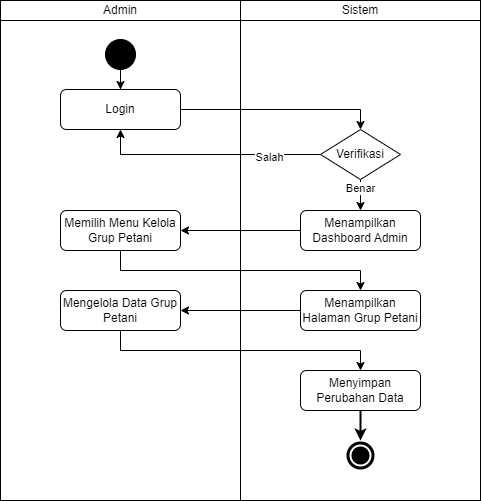
mitra-agro-usaha-perkebunan/maup-app-docs keeps this draw.io diagram as docs/activity-diagram/farmers/farmer-groups/table-farmer-groups.drawio.png. Above is the earlier version. Source tidied: cells renumbered, new cells last; positions are measured from the earlier drawing's top-left corner, leaving out a move shared by most shapes. The source it was exported from:
```xml
<mxGraphModel>
  <root>
    <mxCell id="0" />
    <mxCell id="1" parent="0" />
    <mxCell id="2" value="Admin" style="rounded=0;whiteSpace=wrap;html=1;" parent="1" vertex="1">
      <mxGeometry width="240" height="20" as="geometry" />
    </mxCell>
    <mxCell id="3" style="rounded=0;whiteSpace=wrap;html=1;" parent="1" vertex="1">
      <mxGeometry y="20" width="240" height="480" as="geometry" />
    </mxCell>
    <mxCell id="4" value="Sistem" style="rounded=0;whiteSpace=wrap;html=1;" parent="1" vertex="1">
      <mxGeometry x="240" width="240" height="20" as="geometry" />
    </mxCell>
    <mxCell id="5" style="rounded=0;whiteSpace=wrap;html=1;" parent="1" vertex="1">
      <mxGeometry x="240" y="20" width="240" height="480" as="geometry" />
    </mxCell>
    <mxCell id="6" style="ellipse;shape=doubleEllipse;whiteSpace=wrap;html=1;labelBackgroundColor=#000000;fillColor=#000000;strokeColor=#FFFFFF;strokeWidth=2;" parent="1" vertex="1">
      <mxGeometry x="345" y="440" width="30" height="30" as="geometry" />
    </mxCell>
    <mxCell id="7" style="edgeStyle=orthogonalEdgeStyle;rounded=0;jettySize=auto;html=1;" parent="1" edge="1" source="8" target="10">
      <mxGeometry relative="1" as="geometry" />
    </mxCell>
    <mxCell id="8" style="ellipse;whiteSpace=wrap;html=1;fillColor=#000000;labelBackgroundColor=#000000;shadow=0;gradientColor=none;" parent="1" vertex="1">
      <mxGeometry x="105" y="39" width="30" height="30" as="geometry" />
    </mxCell>
    <mxCell id="9" style="edgeStyle=orthogonalEdgeStyle;rounded=0;jettySize=auto;html=1;entryX=0.5;entryY=0;entryDx=0;entryDy=0;" parent="1" edge="1" source="10" target="13">
      <mxGeometry relative="1" as="geometry">
        <Array as="points">
          <mxPoint x="360" y="109" />
        </Array>
      </mxGeometry>
    </mxCell>
    <mxCell id="10" value="Login" style="rounded=1;whiteSpace=wrap;html=1;" parent="1" vertex="1">
      <mxGeometry x="60" y="89" width="120" height="40" as="geometry" />
    </mxCell>
    <mxCell id="11" style="edgeStyle=orthogonalEdgeStyle;rounded=0;jettySize=auto;html=1;" parent="1" edge="1" source="13" target="17">
      <mxGeometry relative="1" as="geometry" />
    </mxCell>
    <mxCell id="12" value="Benar" style="edgeLabel;html=1;align=center;verticalAlign=middle;" parent="11" vertex="1">
      <mxGeometry x="-0.59" y="-3" relative="1" as="geometry">
        <mxPoint x="2" y="-2" as="offset" />
      </mxGeometry>
    </mxCell>
    <mxCell id="13" value="Verifikasi" style="rhombus;whiteSpace=wrap;html=1;" parent="1" vertex="1">
      <mxGeometry x="320" y="129" width="80" height="50" as="geometry" />
    </mxCell>
    <mxCell id="14" style="edgeStyle=orthogonalEdgeStyle;rounded=0;jettySize=auto;html=1;" parent="1" edge="1" source="15" target="20">
      <mxGeometry relative="1" as="geometry">
        <Array as="points">
          <mxPoint x="120" y="270" />
          <mxPoint x="360" y="270" />
        </Array>
      </mxGeometry>
    </mxCell>
    <mxCell id="15" value="Memilih Menu Kelola Grup Petani" style="rounded=1;whiteSpace=wrap;html=1;" parent="1" vertex="1">
      <mxGeometry x="60" y="210" width="120" height="40" as="geometry" />
    </mxCell>
    <mxCell id="16" style="edgeStyle=orthogonalEdgeStyle;rounded=0;jettySize=auto;html=1;" parent="1" edge="1" source="17" target="15">
      <mxGeometry relative="1" as="geometry" />
    </mxCell>
    <mxCell id="17" value="Menampilkan Dashboard Admin" style="rounded=1;whiteSpace=wrap;html=1;" parent="1" vertex="1">
      <mxGeometry x="300" y="210" width="120" height="40" as="geometry" />
    </mxCell>
    <mxCell id="18" value="Mengelola Data Grup Petani" style="rounded=1;whiteSpace=wrap;html=1;" parent="1" vertex="1">
      <mxGeometry x="60" y="290" width="120" height="40" as="geometry" />
    </mxCell>
    <mxCell id="19" style="edgeStyle=orthogonalEdgeStyle;rounded=0;jettySize=auto;html=1;" parent="1" edge="1" source="20" target="18">
      <mxGeometry relative="1" as="geometry" />
    </mxCell>
    <mxCell id="20" value="Menampilkan Halaman Grup Petani" style="rounded=1;whiteSpace=wrap;html=1;" parent="1" vertex="1">
      <mxGeometry x="300" y="290" width="120" height="40" as="geometry" />
    </mxCell>
    <mxCell id="21" style="edgeStyle=orthogonalEdgeStyle;rounded=0;jettySize=auto;html=1;strokeWidth=2;" parent="1" edge="1" source="22" target="6">
      <mxGeometry relative="1" as="geometry" />
    </mxCell>
    <mxCell id="22" value="Menyimpan Perubahan Data" style="rounded=1;whiteSpace=wrap;html=1;" parent="1" vertex="1">
      <mxGeometry x="300" y="370" width="120" height="40" as="geometry" />
    </mxCell>
    <mxCell id="23" style="edgeStyle=orthogonalEdgeStyle;rounded=0;jettySize=auto;html=1;" parent="1" edge="1" source="18">
      <mxGeometry relative="1" as="geometry">
        <mxPoint x="360" y="370" as="targetPoint" />
        <Array as="points">
          <mxPoint x="120" y="350" />
          <mxPoint x="360" y="350" />
        </Array>
      </mxGeometry>
    </mxCell>
    <mxCell id="24" style="edgeStyle=orthogonalEdgeStyle;rounded=0;orthogonalLoop=1;jettySize=auto;html=1;entryX=0.5;entryY=1;entryDx=0;entryDy=0;exitX=0;exitY=0.5;exitDx=0;exitDy=0;" parent="1" edge="1">
      <mxGeometry relative="1" as="geometry">
        <mxPoint x="320" y="154" as="sourcePoint" />
        <mxPoint x="120" y="129" as="targetPoint" />
        <Array as="points">
          <mxPoint x="120" y="154" />
        </Array>
      </mxGeometry>
    </mxCell>
    <mxCell id="25" value="Salah" style="edgeLabel;html=1;align=center;verticalAlign=middle;" parent="24" vertex="1">
      <mxGeometry x="-0.53" y="2" relative="1" as="geometry" />
    </mxCell>
  </root>
</mxGraphModel>
```
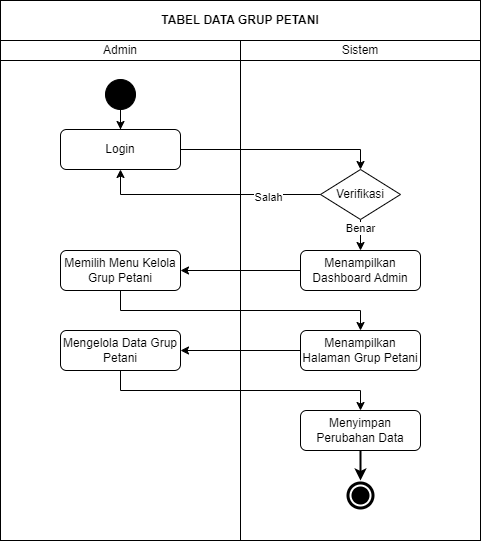
The same file after the commit.

What changed in the source:
```diff
@@ -97,5 +97,8 @@
     <mxCell id="25" value="Salah" style="edgeLabel;html=1;align=center;verticalAlign=middle;" parent="24" vertex="1">
       <mxGeometry x="-0.53" y="2" relative="1" as="geometry" />
     </mxCell>
+    <mxCell id="26" value="&lt;b&gt;TABEL DATA GRUP PETANI&lt;/b&gt;" style="rounded=0;whiteSpace=wrap;html=1;" parent="1" vertex="1">
+      <mxGeometry y="-40" width="480" height="40" as="geometry" />
+    </mxCell>
   </root>
 </mxGraphModel>
```
